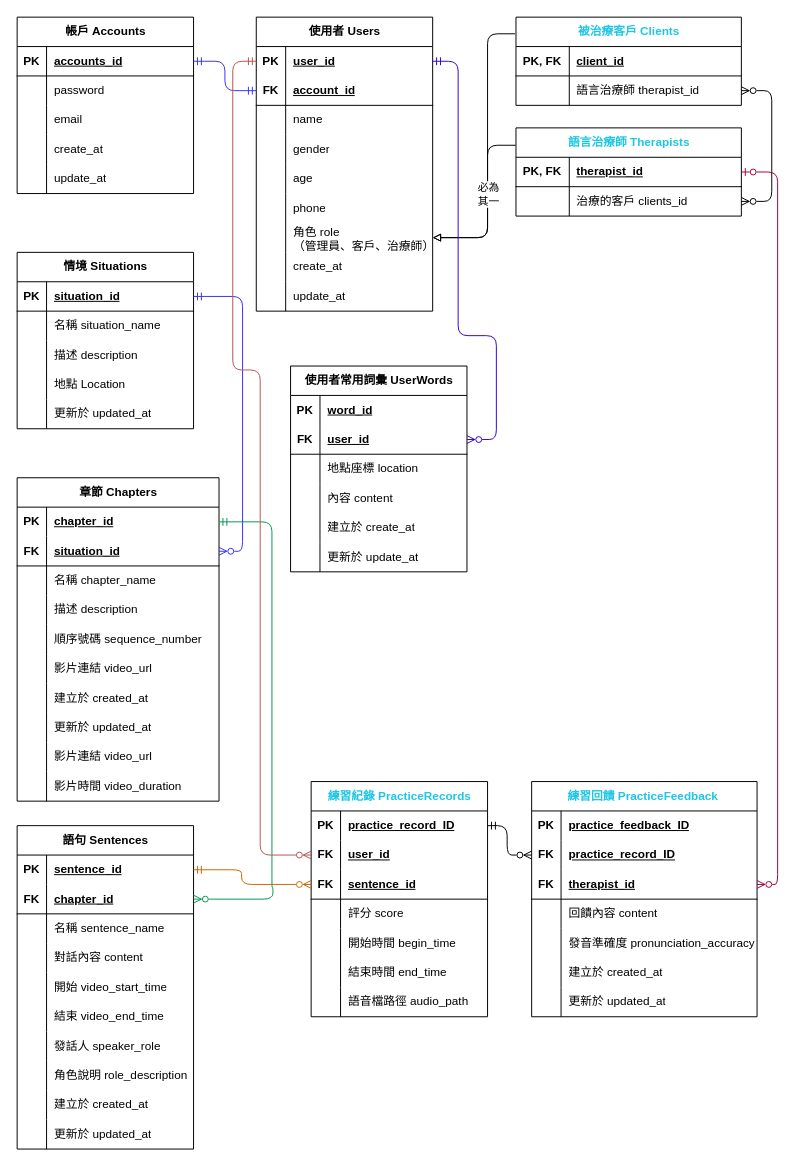
The draw.io diagram page "實體關係圖 ERD" (1 of 2) of docs/ERD.drawio in jasonyaaa/backend, before the edit. Source tidied: cells renumbered, new cells numbered last; positions are measured from the earlier drawing's top-left corner, leaving out a move shared by most shapes. Both pictures are drawn from the tidied source at 98%, with x=0, y=0 at pixel (17, 17).
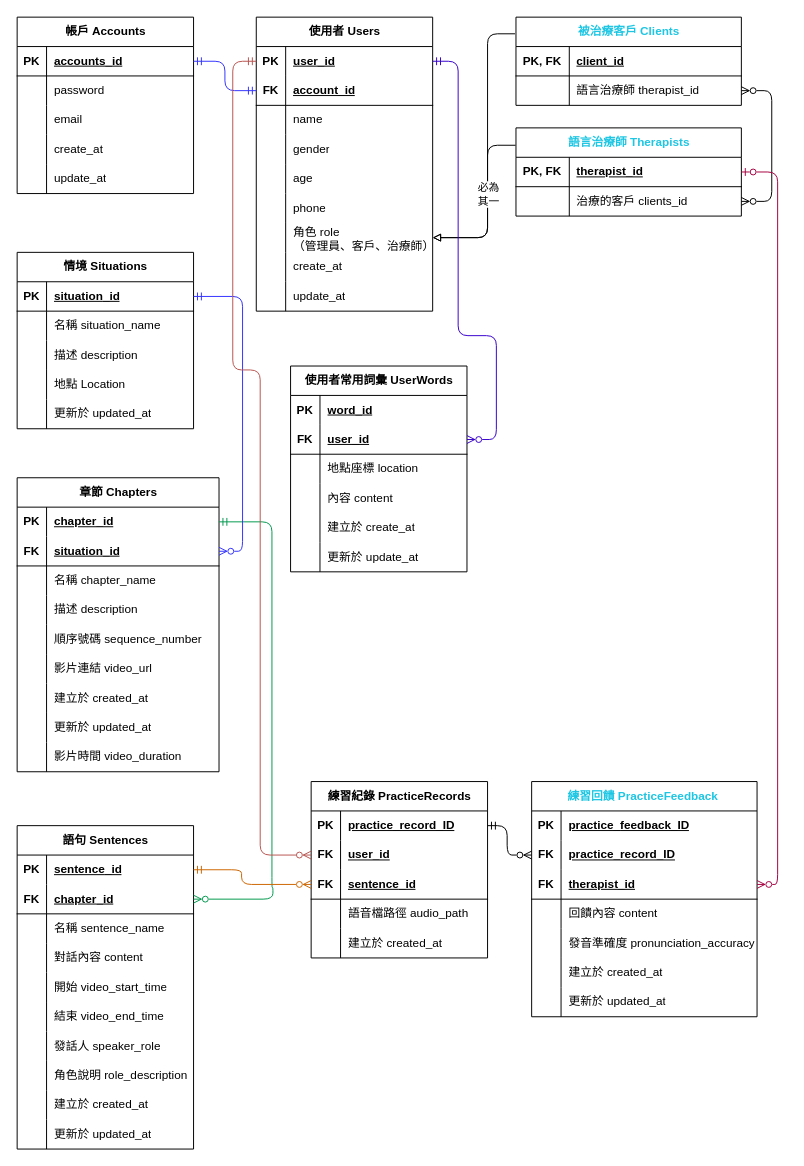
Above is the later version.

What changed in the source:
```diff
@@
-    <mxCell id="47" value="&lt;font style=&quot;color: rgb(29, 198, 227);&quot;&gt;練習紀錄 PracticeRecords&lt;/font&gt;" style="shape=table;startSize=30;childLayout=tableLayout;rowLines=0;fontStyle=1;align=center;html=1;" parent="1" vertex="1">
-      <mxGeometry x="300" y="780" width="180" height="240" as="geometry" />
+    <mxCell id="47" value="&lt;font style=&quot;color: rgb(0, 0, 0);&quot;&gt;練習紀錄 PracticeRecords&lt;/font&gt;" style="shape=table;startSize=30;childLayout=tableLayout;rowLines=0;fontStyle=1;align=center;html=1;" parent="1" vertex="1">
+      <mxGeometry x="300" y="780" width="180" height="180" as="geometry" />
     </mxCell>
@@
-    <mxCell id="57" style="shape=tableRow;horizontal=0;startSize=0;swimlaneHead=0;swimlaneBody=0;fillColor=none;top=0;left=0;right=0;bottom=0;" parent="47" vertex="1">
-      <mxGeometry y="120" width="180" height="30" as="geometry" />
-    </mxCell>
-    <mxCell id="58" style="shape=partialRectangle;fillColor=none;top=0;left=0;bottom=0;right=0;overflow=hidden;whiteSpace=wrap;html=1;" parent="57" vertex="1">
-      <mxGeometry width="30" height="30" as="geometry" />
-    </mxCell>
-    <mxCell id="59" value="評分 score" style="shape=partialRectangle;fillColor=none;top=0;left=0;bottom=0;right=0;align=left;spacingLeft=6;overflow=hidden;whiteSpace=wrap;html=1;" parent="57" vertex="1">
-      <mxGeometry x="30" width="150" height="30" as="geometry" />
-    </mxCell>
-    <mxCell id="60" style="shape=tableRow;horizontal=0;startSize=0;swimlaneHead=0;swimlaneBody=0;fillColor=none;top=0;left=0;right=0;bottom=0;" parent="47" vertex="1">
-      <mxGeometry y="150" width="180" height="30" as="geometry" />
-    </mxCell>
-    <mxCell id="61" style="shape=partialRectangle;fillColor=none;top=0;left=0;bottom=0;right=0;overflow=hidden;whiteSpace=wrap;html=1;" parent="60" vertex="1">
-      <mxGeometry width="30" height="30" as="geometry" />
-    </mxCell>
-    <mxCell id="62" value="開始時間 begin_time" style="shape=partialRectangle;fillColor=none;top=0;left=0;bottom=0;right=0;align=left;spacingLeft=6;overflow=hidden;whiteSpace=wrap;html=1;" parent="60" vertex="1">
-      <mxGeometry x="30" width="150" height="30" as="geometry" />
-    </mxCell>
-    <mxCell id="63" style="shape=tableRow;horizontal=0;startSize=0;swimlaneHead=0;swimlaneBody=0;fillColor=none;top=0;left=0;right=0;bottom=0;" parent="47" vertex="1">
-      <mxGeometry y="180" width="180" height="30" as="geometry" />
-    </mxCell>
-    <mxCell id="64" style="shape=partialRectangle;fillColor=none;top=0;left=0;bottom=0;right=0;overflow=hidden;whiteSpace=wrap;html=1;" parent="63" vertex="1">
-      <mxGeometry width="30" height="30" as="geometry" />
-    </mxCell>
-    <mxCell id="65" value="結束時間 end_time" style="shape=partialRectangle;fillColor=none;top=0;left=0;bottom=0;right=0;align=left;spacingLeft=6;overflow=hidden;whiteSpace=wrap;html=1;" parent="63" vertex="1">
-      <mxGeometry x="30" width="150" height="30" as="geometry" />
-    </mxCell>
     <mxCell id="66" style="shape=tableRow;horizontal=0;startSize=0;swimlaneHead=0;swimlaneBody=0;fillColor=none;top=0;left=0;right=0;bottom=0;" parent="47" vertex="1">
-      <mxGeometry y="210" width="180" height="30" as="geometry" />
+      <mxGeometry y="120" width="180" height="30" as="geometry" />
     </mxCell>
@@
+    <mxCell id="60" style="shape=tableRow;horizontal=0;startSize=0;swimlaneHead=0;swimlaneBody=0;fillColor=none;top=0;left=0;right=0;bottom=0;" parent="47" vertex="1">
+      <mxGeometry y="150" width="180" height="30" as="geometry" />
+    </mxCell>
+    <mxCell id="215" style="shape=partialRectangle;fillColor=none;top=0;left=0;bottom=0;right=0;overflow=hidden;whiteSpace=wrap;html=1;" parent="60" vertex="1">
+      <mxGeometry width="30" height="30" as="geometry" />
+    </mxCell>
+    <mxCell id="216" value="&lt;span style=&quot;color: rgb(0, 0, 0);&quot;&gt;建立於 created_at&lt;/span&gt;" style="shape=partialRectangle;fillColor=none;top=0;left=0;bottom=0;right=0;align=left;spacingLeft=6;overflow=hidden;whiteSpace=wrap;html=1;" parent="60" vertex="1">
+      <mxGeometry x="30" width="150" height="30" as="geometry" />
+    </mxCell>
@@
     <mxCell id="108" value="章節 Chapters" style="shape=table;startSize=30;childLayout=tableLayout;rowLines=0;fontStyle=1;align=center;html=1;" parent="1" vertex="1">
-      <mxGeometry y="470" width="206" height="330" as="geometry" />
+      <mxGeometry y="470" width="206" height="300" as="geometry" />
     </mxCell>
@@
-    <mxCell id="133" style="shape=tableRow;horizontal=0;startSize=0;swimlaneHead=0;swimlaneBody=0;fillColor=none;top=0;left=0;right=0;bottom=0;" parent="108" vertex="1">
-      <mxGeometry y="270" width="206" height="30" as="geometry" />
-    </mxCell>
-    <mxCell id="134" style="shape=partialRectangle;fillColor=none;top=0;left=0;bottom=0;right=0;overflow=hidden;whiteSpace=wrap;html=1;" parent="133" vertex="1">
-      <mxGeometry width="30" height="30" as="geometry" />
-    </mxCell>
-    <mxCell id="135" value="影片連結 video_url" style="shape=partialRectangle;fillColor=none;top=0;left=0;bottom=0;right=0;align=left;spacingLeft=6;overflow=hidden;whiteSpace=wrap;html=1;" parent="133" vertex="1">
-      <mxGeometry x="30" width="176" height="30" as="geometry" />
-    </mxCell>
     <mxCell id="136" style="shape=tableRow;horizontal=0;startSize=0;swimlaneHead=0;swimlaneBody=0;fillColor=none;top=0;left=0;right=0;bottom=0;" parent="108" vertex="1">
-      <mxGeometry y="300" width="206" height="30" as="geometry" />
+      <mxGeometry y="270" width="206" height="30" as="geometry" />
     </mxCell>
```
